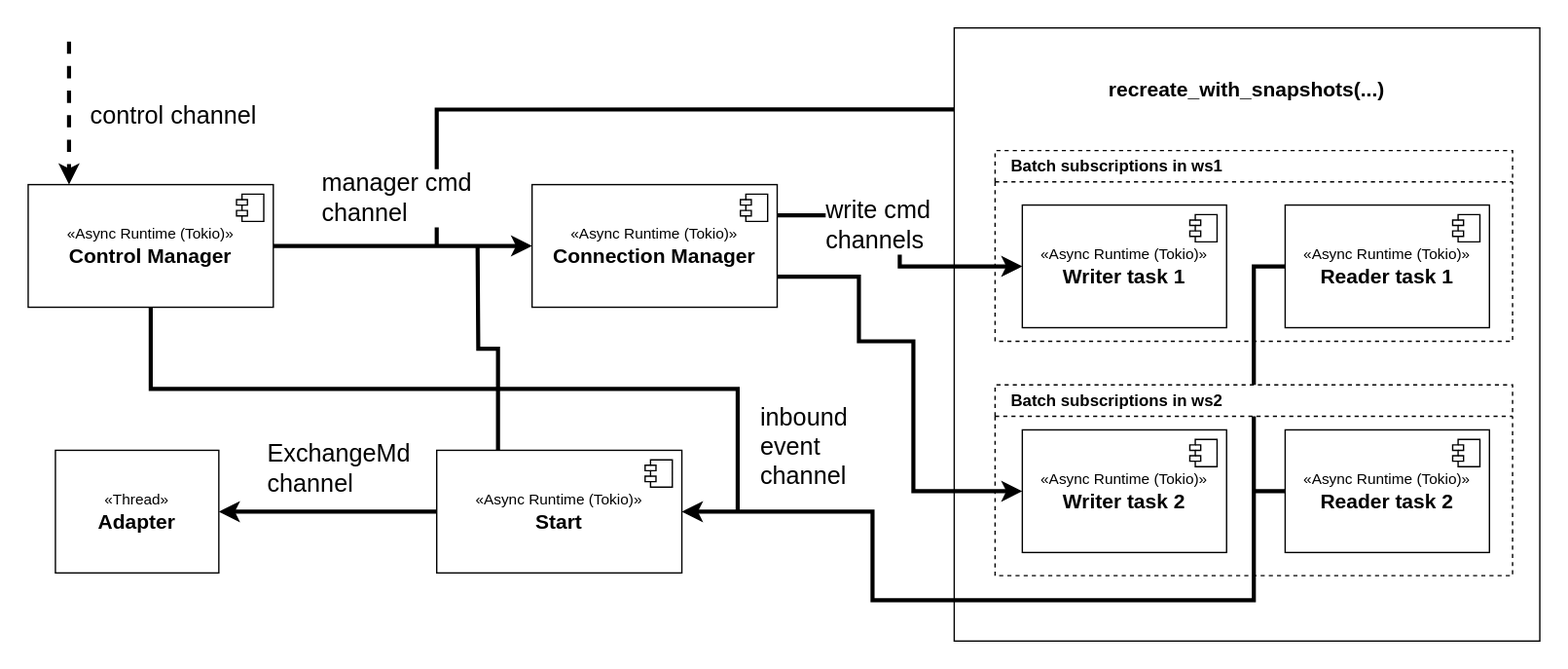
Earlier version of the draw.io export images/Connector.svg (PietroValente/MarketDataAggregator). Source tidied: cells renumbered, new cells last; positions are measured from the earlier drawing's top-left corner, leaving out a move shared by most shapes.
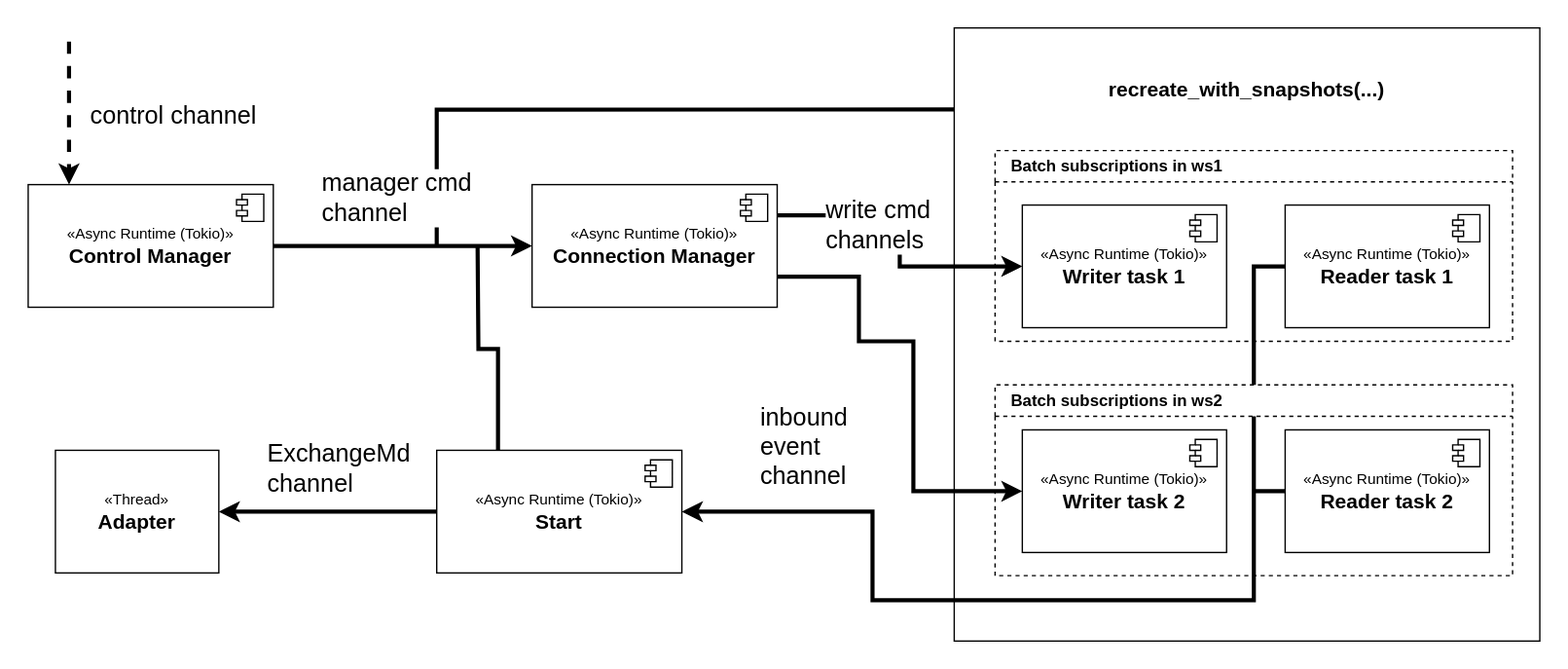
Above is the later version.

Diff of the diagram source:
```diff
@@ -16,15 +16,6 @@
     <mxCell id="4" style="edgeStyle=orthogonalEdgeStyle;rounded=0;jettySize=auto;html=1;exitX=1;exitY=0.5;exitDx=0;exitDy=0;entryX=0;entryY=0.5;entryDx=0;entryDy=0;spacing=2;strokeWidth=3;" parent="1" edge="1" source="6" target="10">
       <mxGeometry relative="1" as="geometry" />
     </mxCell>
-    <mxCell id="5" style="edgeStyle=orthogonalEdgeStyle;rounded=0;jettySize=auto;html=1;exitX=0.5;exitY=1;exitDx=0;exitDy=0;endArrow=none;endFill=0;strokeWidth=3;endSize=6;" parent="1" edge="1" source="6">
-      <mxGeometry relative="1" as="geometry">
-        <mxPoint x="521" y="355" as="targetPoint" />
-        <Array as="points">
-          <mxPoint x="90" y="265" />
-          <mxPoint x="521" y="265" />
-        </Array>
-      </mxGeometry>
-    </mxCell>
     <mxCell id="6" value="&lt;font style=&quot;font-size: 11px;&quot;&gt;«Async Runtime (Tokio)»&lt;br&gt;&lt;/font&gt;&lt;b&gt;&lt;font style=&quot;font-size: 15px;&quot;&gt;Control Manager&lt;/font&gt;&lt;/b&gt;" style="html=1;whiteSpace=wrap;" parent="1" vertex="1">
       <mxGeometry y="115" width="180" height="90" as="geometry" />
     </mxCell>
```
